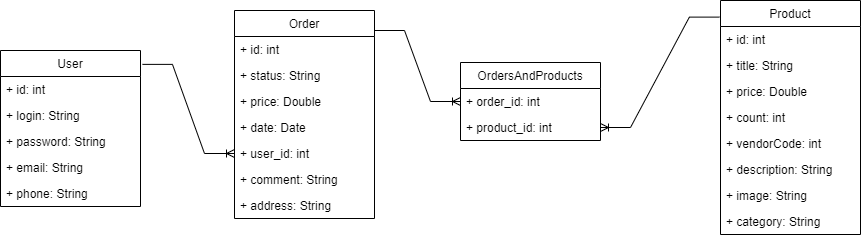
The draw.io diagram SQLDataModel.png in moevm/nosql2h21-fisherman, before a commit. Source tidied: cells renumbered, new cells last; positions are measured from the earlier drawing's top-left corner, leaving out a move shared by most shapes.
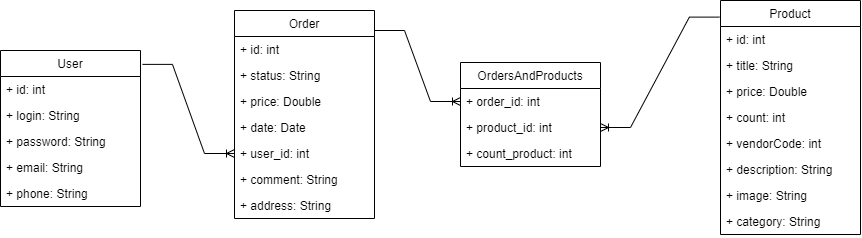
Later version of the same file.

Commit message:
Change product_array

What changed in the source:
```diff
@@ -75,7 +75,7 @@
       <mxGeometry relative="1" as="geometry" />
     </mxCell>
     <mxCell id="26" value="OrdersAndProducts" style="swimlane;fontStyle=0;horizontal=1;startSize=26;fillColor=none;" parent="1" vertex="1">
-      <mxGeometry x="460" y="62" width="140" height="78" as="geometry" />
+      <mxGeometry x="460" y="62" width="140" height="104" as="geometry" />
     </mxCell>
     <mxCell id="27" value="+ order_id: int" style="text;strokeColor=none;fillColor=none;align=left;verticalAlign=top;spacingLeft=4;spacingRight=4;overflow=hidden;points=[[0,0.5],[1,0.5]];portConstraint=eastwest;" parent="26" vertex="1">
       <mxGeometry y="26" width="140" height="26" as="geometry" />
@@ -83,6 +83,9 @@
     <mxCell id="28" value="+ product_id: int" style="text;strokeColor=none;fillColor=none;align=left;verticalAlign=top;spacingLeft=4;spacingRight=4;overflow=hidden;points=[[0,0.5],[1,0.5]];portConstraint=eastwest;" parent="26" vertex="1">
       <mxGeometry y="52" width="140" height="26" as="geometry" />
     </mxCell>
+    <mxCell id="31" value="+ count_product: int" style="text;strokeColor=none;fillColor=none;align=left;verticalAlign=top;spacingLeft=4;spacingRight=4;overflow=hidden;" parent="26" vertex="1">
+      <mxGeometry y="78" width="140" height="26" as="geometry" />
+    </mxCell>
     <mxCell id="29" style="edgeStyle=entityRelationEdgeStyle;fontSize=12;html=1;endArrow=ERoneToMany;rounded=0;exitX=1.014;exitY=0.089;exitDx=0;exitDy=0;exitPerimeter=0;entryX=0;entryY=0.5;entryDx=0;entryDy=0;" parent="1" edge="1" target="27">
       <mxGeometry relative="1" as="geometry">
         <mxPoint x="374" y="30" as="sourcePoint" />
```
